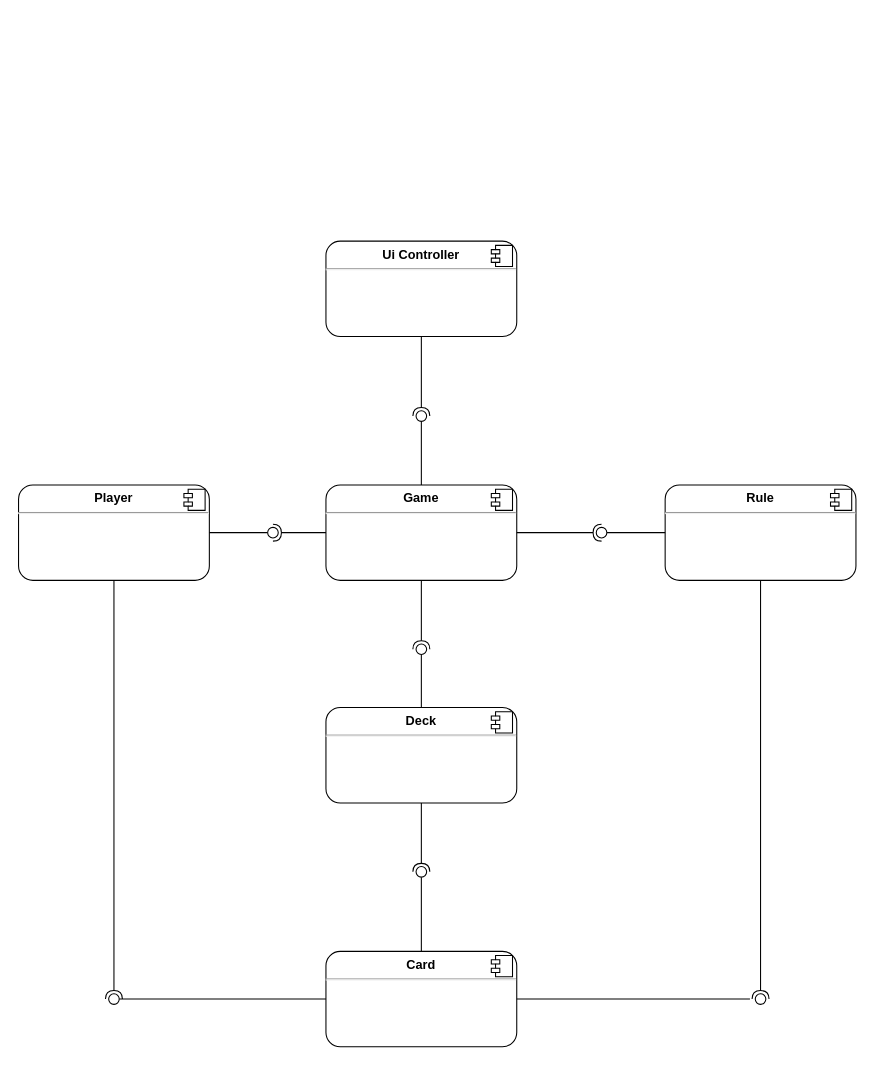
Above: docs/componentdiagram.drawio in RiFrost/mau-mau (draw.io), before the change. Source tidied: cells renumbered, new cells numbered last; positions are measured from the earlier drawing's top-left corner, leaving out a move shared by most shapes. Both pictures are drawn from the tidied source at 106%, with x=0, y=0 at pixel (18, 241).
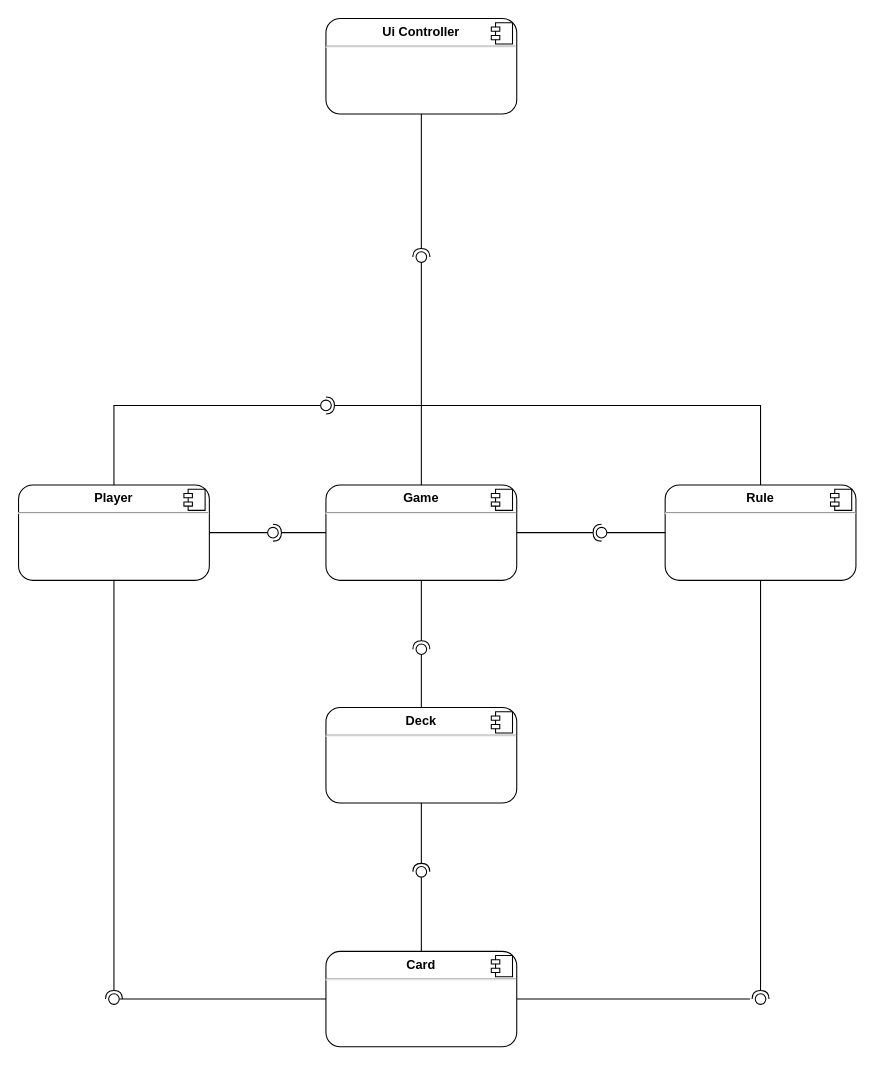
Above is the later version.

Unchanged cells that the change refers to:
```xml
<mxCell id="2" value="&lt;p style=&quot;margin:0px;margin-top:6px;text-align:center;&quot;&gt;&lt;b&gt;Player&lt;/b&gt;&lt;/p&gt;&lt;hr&gt;" style="align=left;overflow=fill;html=1;rounded=1;" parent="1" vertex="1">
  <mxGeometry y="230" width="180" height="90" as="geometry" />
</mxCell>
<mxCell id="4" value="&lt;p style=&quot;margin:0px;margin-top:6px;text-align:center;&quot;&gt;&lt;b&gt;Rule&lt;/b&gt;&lt;/p&gt;&lt;hr&gt;&lt;p style=&quot;margin:0px;margin-left:8px;&quot;&gt;&lt;br&gt;&lt;/p&gt;" style="align=left;overflow=fill;html=1;rounded=1;" parent="1" vertex="1">
  <mxGeometry x="610" y="230" width="180" height="90" as="geometry" />
</mxCell>
```

Change to the diagram source:
```diff
@@
     <mxCell id="12" value="&lt;p style=&quot;margin:0px;margin-top:6px;text-align:center;&quot;&gt;&lt;b&gt;Ui Controller&lt;/b&gt;&lt;/p&gt;&lt;hr&gt;&lt;p style=&quot;margin:0px;margin-left:8px;&quot;&gt;&lt;br&gt;&lt;br&gt;&lt;/p&gt;" style="align=left;overflow=fill;html=1;rounded=1;gradientColor=none;glass=0;shadow=0;sketch=0;" parent="1" vertex="1">
-      <mxGeometry x="290" width="180" height="90" as="geometry" />
+      <mxGeometry x="290" y="-210" width="180" height="90" as="geometry" />
     </mxCell>
@@
     <mxCell id="28" style="ellipse;whiteSpace=wrap;html=1;align=center;points=[];outlineConnect=0;rounded=1;" parent="1" vertex="1">
-      <mxGeometry x="375" y="160" width="10" height="10" as="geometry" />
+      <mxGeometry x="375" y="10" width="10" height="10" as="geometry" />
     </mxCell>
@@
+    <mxCell id="35" style="rounded=0;jettySize=auto;html=1;endArrow=none;endFill=0;sketch=0;sourcePerimeterSpacing=0;targetPerimeterSpacing=0;exitX=0.5;exitY=0;exitDx=0;exitDy=0;" parent="1" edge="1" source="2" target="37">
+      <mxGeometry relative="1" as="geometry">
+        <Array as="points">
+          <mxPoint x="90" y="155" />
+        </Array>
+      </mxGeometry>
+    </mxCell>
+    <mxCell id="36" style="rounded=0;jettySize=auto;html=1;endArrow=halfCircle;endFill=0;entryX=0.5;entryY=0.5;endSize=6;strokeWidth=1;sketch=0;exitX=0.5;exitY=0;exitDx=0;exitDy=0;" parent="1" edge="1" source="4" target="37">
+      <mxGeometry relative="1" as="geometry">
+        <Array as="points">
+          <mxPoint x="700" y="155" />
+        </Array>
+      </mxGeometry>
+    </mxCell>
+    <mxCell id="37" style="ellipse;whiteSpace=wrap;html=1;align=center;points=[];outlineConnect=0;sketch=0;" parent="1" vertex="1">
+      <mxGeometry x="285" y="150" width="10" height="10" as="geometry" />
+    </mxCell>
```
